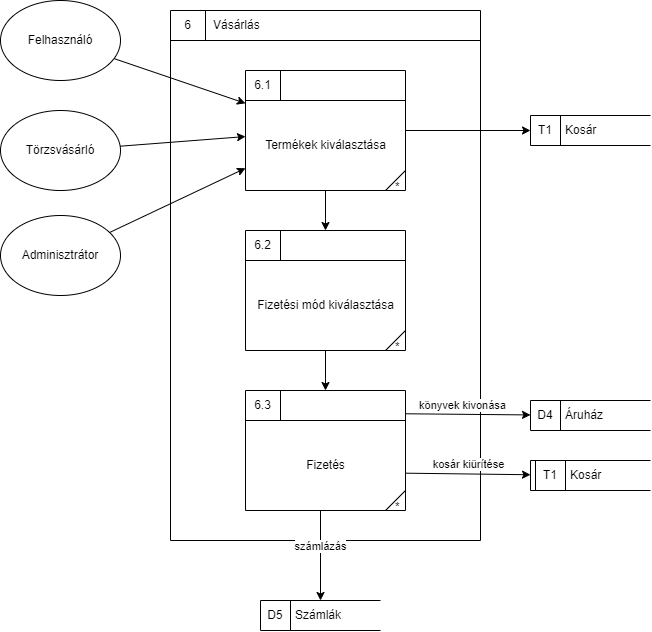
Above: docs/dfd/dfd_layer_2_purchase/dfd_layer_2_purchase.png in a-bakk/bookstore-oracle (draw.io), before the change. Source tidied: cells renumbered, new cells last; positions are measured from the earlier drawing's top-left corner, leaving out a move shared by most shapes. The source it was exported from:
```xml
<mxGraphModel>
  <root>
    <mxCell id="0" />
    <mxCell id="1" parent="0" />
    <mxCell id="2" style="html=1;dashed=0;whitespace=wrap;shape=mxgraph.dfd.process;align=center;spacingTop=30;" parent="1" vertex="1">
      <mxGeometry x="170" y="10" width="310" height="530" as="geometry" />
    </mxCell>
    <mxCell id="3" value="6" style="text;html=1;strokeColor=none;fillColor=none;align=center;verticalAlign=middle;whiteSpace=wrap;rounded=0;" parent="2" vertex="1">
      <mxGeometry width="35" height="30" as="geometry" />
    </mxCell>
    <mxCell id="4" value="Vásárlás" style="text;html=1;strokeColor=none;fillColor=none;align=left;verticalAlign=middle;whiteSpace=wrap;rounded=0;spacingLeft=6;" parent="2" vertex="1">
      <mxGeometry x="35" width="70" height="30" as="geometry" />
    </mxCell>
    <mxCell id="5" value="Felhasználó" style="ellipse;whiteSpace=wrap;html=1;" parent="2" vertex="1">
      <mxGeometry x="-170" y="-10" width="120" height="80" as="geometry" />
    </mxCell>
    <mxCell id="6" value="Törzsvásárló" style="ellipse;whiteSpace=wrap;html=1;" parent="2" vertex="1">
      <mxGeometry x="-170" y="100" width="120" height="80" as="geometry" />
    </mxCell>
    <mxCell id="7" value="Adminisztrátor" style="ellipse;whiteSpace=wrap;html=1;" parent="2" vertex="1">
      <mxGeometry x="-170" y="205" width="120" height="80" as="geometry" />
    </mxCell>
    <mxCell id="8" value="Termékek kiválasztása" style="html=1;dashed=0;whitespace=wrap;shape=mxgraph.dfd.process2;align=center;spacingTop=30;" parent="2" vertex="1">
      <mxGeometry x="75" y="60" width="160" height="120" as="geometry" />
    </mxCell>
    <mxCell id="9" value="6.1" style="text;html=1;strokeColor=none;fillColor=none;align=center;verticalAlign=middle;whiteSpace=wrap;rounded=0;" parent="8" vertex="1">
      <mxGeometry width="35" height="30" as="geometry" />
    </mxCell>
    <mxCell id="10" style="text;strokeColor=none;fillColor=none;align=left;verticalAlign=middle;whiteSpace=wrap;rounded=0;spacingLeft=6;fontStyle=0;html=1;" parent="8" vertex="1">
      <mxGeometry x="35" y="-5" width="50" height="40" as="geometry" />
    </mxCell>
    <mxCell id="11" style="endArrow=classic;html=1;rounded=0;verticalAlign=bottom;" parent="2" edge="1" source="7" target="8">
      <mxGeometry relative="1" as="geometry" />
    </mxCell>
    <mxCell id="12" style="endArrow=classic;html=1;rounded=0;verticalAlign=bottom;" parent="2" edge="1" source="6" target="8">
      <mxGeometry x="-0.13" y="18" relative="1" as="geometry" />
    </mxCell>
    <mxCell id="13" style="endArrow=classic;html=1;rounded=0;verticalAlign=bottom;" parent="2" edge="1" source="5" target="8">
      <mxGeometry relative="1" as="geometry" />
    </mxCell>
    <mxCell id="14" value="Fizetési mód kiválasztása" style="html=1;dashed=0;whitespace=wrap;shape=mxgraph.dfd.process2;align=center;spacingTop=30;" parent="1" vertex="1">
      <mxGeometry x="245" y="230" width="160" height="120" as="geometry" />
    </mxCell>
    <mxCell id="15" value="6.2" style="text;html=1;strokeColor=none;fillColor=none;align=center;verticalAlign=middle;whiteSpace=wrap;rounded=0;" parent="14" vertex="1">
      <mxGeometry width="35" height="30" as="geometry" />
    </mxCell>
    <mxCell id="16" style="text;strokeColor=none;fillColor=none;align=left;verticalAlign=middle;whiteSpace=wrap;rounded=0;spacingLeft=6;fontStyle=0;html=1;" parent="14" vertex="1">
      <mxGeometry x="35" y="-5" width="50" height="40" as="geometry" />
    </mxCell>
    <mxCell id="17" style="endArrow=classic;html=1;rounded=0;verticalAlign=bottom;" parent="1" edge="1" source="8" target="14">
      <mxGeometry x="-0.25" y="10" relative="1" as="geometry" />
    </mxCell>
    <mxCell id="18" value="Fizetés" style="html=1;dashed=0;whitespace=wrap;shape=mxgraph.dfd.process2;align=center;spacingTop=30;" parent="1" vertex="1">
      <mxGeometry x="245" y="390" width="160" height="120" as="geometry" />
    </mxCell>
    <mxCell id="19" value="6.3" style="text;html=1;strokeColor=none;fillColor=none;align=center;verticalAlign=middle;whiteSpace=wrap;rounded=0;" parent="18" vertex="1">
      <mxGeometry width="35" height="30" as="geometry" />
    </mxCell>
    <mxCell id="20" style="text;strokeColor=none;fillColor=none;align=left;verticalAlign=middle;whiteSpace=wrap;rounded=0;spacingLeft=6;fontStyle=0;html=1;" parent="18" vertex="1">
      <mxGeometry x="35" y="-5" width="50" height="40" as="geometry" />
    </mxCell>
    <mxCell id="21" style="endArrow=classic;html=1;rounded=0;verticalAlign=bottom;" parent="1" edge="1" source="14" target="18">
      <mxGeometry relative="1" as="geometry" />
    </mxCell>
    <mxCell id="22" value="Áruház" style="html=1;dashed=0;whitespace=wrap;shape=mxgraph.dfd.dataStoreID;align=left;spacingLeft=33;" parent="1" vertex="1">
      <mxGeometry x="530" y="400" width="120" height="30" as="geometry" />
    </mxCell>
    <mxCell id="23" value="D4" style="text;html=1;strokeColor=none;fillColor=none;align=center;verticalAlign=middle;whiteSpace=wrap;rounded=0;" parent="22" vertex="1">
      <mxGeometry width="30" height="30" as="geometry" />
    </mxCell>
    <mxCell id="24" value="könyvek kivonása" style="endArrow=classic;html=1;rounded=0;verticalAlign=bottom;exitX=1;exitY=0.194;exitDx=0;exitDy=0;exitPerimeter=0;" parent="1" edge="1" source="18" target="22">
      <mxGeometry x="-0.09" relative="1" as="geometry" />
    </mxCell>
    <mxCell id="25" value="Számlák" style="html=1;dashed=0;whitespace=wrap;shape=mxgraph.dfd.dataStoreID;align=left;spacingLeft=33;" parent="1" vertex="1">
      <mxGeometry x="260" y="600" width="120" height="30" as="geometry" />
    </mxCell>
    <mxCell id="26" value="D5" style="text;html=1;strokeColor=none;fillColor=none;align=center;verticalAlign=middle;whiteSpace=wrap;rounded=0;" parent="25" vertex="1">
      <mxGeometry width="30" height="30" as="geometry" />
    </mxCell>
    <mxCell id="27" value="számlázás" style="endArrow=classic;html=1;rounded=0;verticalAlign=bottom;" parent="1" edge="1" target="25">
      <mxGeometry relative="1" as="geometry">
        <mxPoint x="320" y="510" as="sourcePoint" />
      </mxGeometry>
    </mxCell>
    <mxCell id="28" value="Kosár" style="html=1;dashed=0;whitespace=wrap;shape=mxgraph.dfd.dataStoreID2;align=left;spacingLeft=38;" parent="1" vertex="1">
      <mxGeometry x="530" y="460" width="120" height="30" as="geometry" />
    </mxCell>
    <mxCell id="29" value="T1" style="text;html=1;strokeColor=none;fillColor=none;align=center;verticalAlign=middle;whiteSpace=wrap;rounded=0;" parent="28" vertex="1">
      <mxGeometry x="5" width="30" height="30" as="geometry" />
    </mxCell>
    <mxCell id="30" value="kosár kiürítése" style="endArrow=classic;html=1;rounded=0;verticalAlign=bottom;exitX=1.001;exitY=0.689;exitDx=0;exitDy=0;exitPerimeter=0;" parent="1" edge="1" source="18" target="28">
      <mxGeometry relative="1" as="geometry" />
    </mxCell>
    <mxCell id="31" value="Kosár" style="html=1;dashed=0;whitespace=wrap;shape=mxgraph.dfd.dataStoreID;align=left;spacingLeft=33;" parent="1" vertex="1">
      <mxGeometry x="530" y="115" width="120" height="30" as="geometry" />
    </mxCell>
    <mxCell id="32" value="T1" style="text;html=1;strokeColor=none;fillColor=none;align=center;verticalAlign=middle;whiteSpace=wrap;rounded=0;" parent="31" vertex="1">
      <mxGeometry width="30" height="30" as="geometry" />
    </mxCell>
    <mxCell id="33" style="endArrow=classic;html=1;rounded=0;verticalAlign=bottom;" parent="1" edge="1" source="8" target="31">
      <mxGeometry relative="1" as="geometry" />
    </mxCell>
  </root>
</mxGraphModel>
```
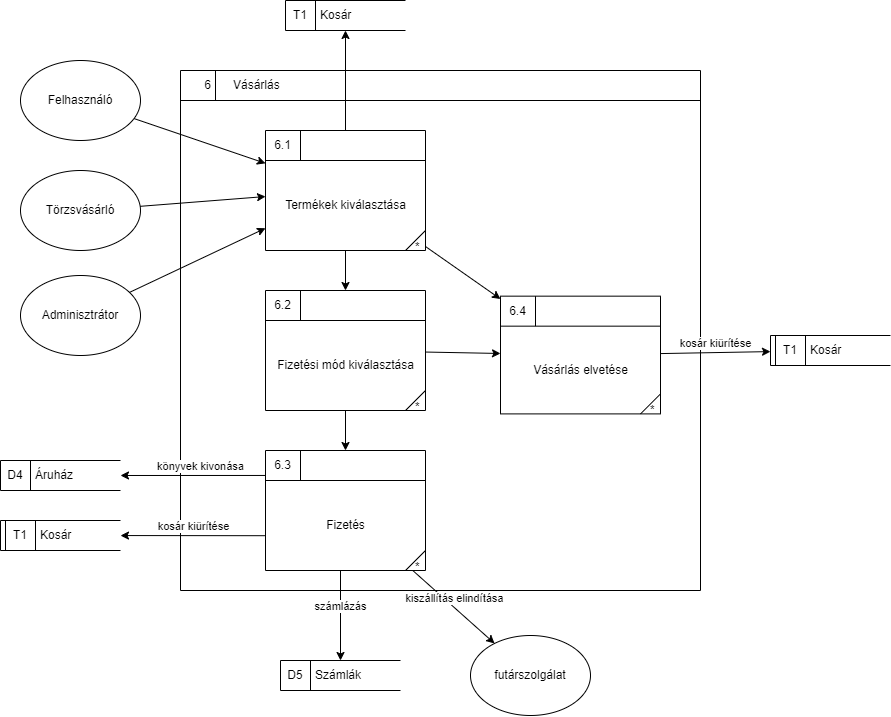
Above is the later version.

What changed in the source:
```diff
@@ -3,96 +3,105 @@
     <mxCell id="0" />
     <mxCell id="1" parent="0" />
     <mxCell id="2" style="html=1;dashed=0;whitespace=wrap;shape=mxgraph.dfd.process;align=center;spacingTop=30;" parent="1" vertex="1">
-      <mxGeometry x="170" y="10" width="310" height="530" as="geometry" />
+      <mxGeometry x="170" y="20" width="520" height="520" as="geometry" />
     </mxCell>
+    <mxCell id="34" value="Vásárlás elvetése" style="html=1;dashed=0;whitespace=wrap;shape=mxgraph.dfd.process2;align=center;spacingTop=30;" parent="2" vertex="1">
+      <mxGeometry x="320" y="225.7" width="160" height="117.7" as="geometry" />
+    </mxCell>
+    <mxCell id="35" value="6.4" style="text;html=1;strokeColor=none;fillColor=none;align=center;verticalAlign=middle;whiteSpace=wrap;rounded=0;" parent="34" vertex="1">
+      <mxGeometry width="35" height="30" as="geometry" />
+    </mxCell>
+    <mxCell id="36" style="text;strokeColor=none;fillColor=none;align=left;verticalAlign=middle;whiteSpace=wrap;rounded=0;spacingLeft=6;fontStyle=0;html=1;" parent="34" vertex="1">
+      <mxGeometry x="35" y="-5" width="50" height="40" as="geometry" />
+    </mxCell>
-    <mxCell id="3" value="6" style="text;html=1;strokeColor=none;fillColor=none;align=center;verticalAlign=middle;whiteSpace=wrap;rounded=0;" parent="2" vertex="1">
-      <mxGeometry width="35" height="30" as="geometry" />
+    <mxCell id="3" value="6" style="text;html=1;strokeColor=none;fillColor=none;align=center;verticalAlign=middle;whiteSpace=wrap;rounded=0;" parent="1" vertex="1">
+      <mxGeometry x="180" y="20" width="35" height="30" as="geometry" />
     </mxCell>
-    <mxCell id="4" value="Vásárlás" style="text;html=1;strokeColor=none;fillColor=none;align=left;verticalAlign=middle;whiteSpace=wrap;rounded=0;spacingLeft=6;" parent="2" vertex="1">
-      <mxGeometry x="35" width="70" height="30" as="geometry" />
+    <mxCell id="4" value="Vásárlás" style="text;html=1;strokeColor=none;fillColor=none;align=left;verticalAlign=middle;whiteSpace=wrap;rounded=0;spacingLeft=6;" parent="1" vertex="1">
+      <mxGeometry x="215" y="20" width="70" height="30" as="geometry" />
     </mxCell>
-    <mxCell id="5" value="Felhasználó" style="ellipse;whiteSpace=wrap;html=1;" parent="2" vertex="1">
-      <mxGeometry x="-170" y="-10" width="120" height="80" as="geometry" />
+    <mxCell id="5" value="Felhasználó" style="ellipse;whiteSpace=wrap;html=1;" parent="1" vertex="1">
+      <mxGeometry x="10" y="10" width="120" height="80" as="geometry" />
     </mxCell>
-    <mxCell id="6" value="Törzsvásárló" style="ellipse;whiteSpace=wrap;html=1;" parent="2" vertex="1">
-      <mxGeometry x="-170" y="100" width="120" height="80" as="geometry" />
+    <mxCell id="6" value="Törzsvásárló" style="ellipse;whiteSpace=wrap;html=1;" parent="1" vertex="1">
+      <mxGeometry x="10" y="120" width="120" height="80" as="geometry" />
     </mxCell>
-    <mxCell id="7" value="Adminisztrátor" style="ellipse;whiteSpace=wrap;html=1;" parent="2" vertex="1">
-      <mxGeometry x="-170" y="205" width="120" height="80" as="geometry" />
+    <mxCell id="7" value="Adminisztrátor" style="ellipse;whiteSpace=wrap;html=1;" parent="1" vertex="1">
+      <mxGeometry x="10" y="225" width="120" height="80" as="geometry" />
     </mxCell>
-    <mxCell id="8" value="Termékek kiválasztása" style="html=1;dashed=0;whitespace=wrap;shape=mxgraph.dfd.process2;align=center;spacingTop=30;" parent="2" vertex="1">
-      <mxGeometry x="75" y="60" width="160" height="120" as="geometry" />
+    <mxCell id="8" value="Termékek kiválasztása" style="html=1;dashed=0;whitespace=wrap;shape=mxgraph.dfd.process2;align=center;spacingTop=30;" parent="1" vertex="1">
+      <mxGeometry x="255" y="80" width="160" height="120" as="geometry" />
     </mxCell>
     <mxCell id="9" value="6.1" style="text;html=1;strokeColor=none;fillColor=none;align=center;verticalAlign=middle;whiteSpace=wrap;rounded=0;" parent="8" vertex="1">
       <mxGeometry width="35" height="30" as="geometry" />
     </mxCell>
-    <mxCell id="10" style="text;strokeColor=none;fillColor=none;align=left;verticalAlign=middle;whiteSpace=wrap;rounded=0;spacingLeft=6;fontStyle=0;html=1;" parent="8" vertex="1">
-      <mxGeometry x="35" y="-5" width="50" height="40" as="geometry" />
-    </mxCell>
+    <mxCell id="37" style="text;strokeColor=none;fillColor=none;align=left;verticalAlign=middle;whiteSpace=wrap;rounded=0;spacingLeft=6;fontStyle=0;html=1;" parent="8" vertex="1">
+      <mxGeometry x="35" y="-5" width="50" height="40" as="geometry" />
+    </mxCell>
-    <mxCell id="11" style="endArrow=classic;html=1;rounded=0;verticalAlign=bottom;" parent="2" edge="1" source="7" target="8">
+    <mxCell id="11" style="endArrow=classic;html=1;rounded=0;verticalAlign=bottom;" parent="1" edge="1" source="7" target="8">
       <mxGeometry relative="1" as="geometry" />
     </mxCell>
-    <mxCell id="12" style="endArrow=classic;html=1;rounded=0;verticalAlign=bottom;" parent="2" edge="1" source="6" target="8">
+    <mxCell id="12" style="endArrow=classic;html=1;rounded=0;verticalAlign=bottom;" parent="1" edge="1" source="6" target="8">
       <mxGeometry x="-0.13" y="18" relative="1" as="geometry" />
     </mxCell>
-    <mxCell id="13" style="endArrow=classic;html=1;rounded=0;verticalAlign=bottom;" parent="2" edge="1" source="5" target="8">
+    <mxCell id="13" style="endArrow=classic;html=1;rounded=0;verticalAlign=bottom;" parent="1" edge="1" source="5" target="8">
       <mxGeometry relative="1" as="geometry" />
     </mxCell>
     <mxCell id="14" value="Fizetési mód kiválasztása" style="html=1;dashed=0;whitespace=wrap;shape=mxgraph.dfd.process2;align=center;spacingTop=30;" parent="1" vertex="1">
-      <mxGeometry x="245" y="230" width="160" height="120" as="geometry" />
+      <mxGeometry x="255" y="240" width="160" height="120" as="geometry" />
     </mxCell>
     <mxCell id="15" value="6.2" style="text;html=1;strokeColor=none;fillColor=none;align=center;verticalAlign=middle;whiteSpace=wrap;rounded=0;" parent="14" vertex="1">
       <mxGeometry width="35" height="30" as="geometry" />
     </mxCell>
-    <mxCell id="16" style="text;strokeColor=none;fillColor=none;align=left;verticalAlign=middle;whiteSpace=wrap;rounded=0;spacingLeft=6;fontStyle=0;html=1;" parent="14" vertex="1">
-      <mxGeometry x="35" y="-5" width="50" height="40" as="geometry" />
-    </mxCell>
+    <mxCell id="38" style="text;strokeColor=none;fillColor=none;align=left;verticalAlign=middle;whiteSpace=wrap;rounded=0;spacingLeft=6;fontStyle=0;html=1;" parent="14" vertex="1">
+      <mxGeometry x="35" y="-5" width="50" height="40" as="geometry" />
+    </mxCell>
     <mxCell id="17" style="endArrow=classic;html=1;rounded=0;verticalAlign=bottom;" parent="1" edge="1" source="8" target="14">
       <mxGeometry x="-0.25" y="10" relative="1" as="geometry" />
     </mxCell>
     <mxCell id="18" value="Fizetés" style="html=1;dashed=0;whitespace=wrap;shape=mxgraph.dfd.process2;align=center;spacingTop=30;" parent="1" vertex="1">
-      <mxGeometry x="245" y="390" width="160" height="120" as="geometry" />
+      <mxGeometry x="255" y="400" width="160" height="120" as="geometry" />
     </mxCell>
     <mxCell id="19" value="6.3" style="text;html=1;strokeColor=none;fillColor=none;align=center;verticalAlign=middle;whiteSpace=wrap;rounded=0;" parent="18" vertex="1">
       <mxGeometry width="35" height="30" as="geometry" />
     </mxCell>
-    <mxCell id="20" style="text;strokeColor=none;fillColor=none;align=left;verticalAlign=middle;whiteSpace=wrap;rounded=0;spacingLeft=6;fontStyle=0;html=1;" parent="18" vertex="1">
-      <mxGeometry x="35" y="-5" width="50" height="40" as="geometry" />
-    </mxCell>
+    <mxCell id="39" style="text;strokeColor=none;fillColor=none;align=left;verticalAlign=middle;whiteSpace=wrap;rounded=0;spacingLeft=6;fontStyle=0;html=1;" parent="18" vertex="1">
+      <mxGeometry x="35" y="-5" width="50" height="40" as="geometry" />
+    </mxCell>
     <mxCell id="21" style="endArrow=classic;html=1;rounded=0;verticalAlign=bottom;" parent="1" edge="1" source="14" target="18">
       <mxGeometry relative="1" as="geometry" />
     </mxCell>
     <mxCell id="22" value="Áruház" style="html=1;dashed=0;whitespace=wrap;shape=mxgraph.dfd.dataStoreID;align=left;spacingLeft=33;" parent="1" vertex="1">
-      <mxGeometry x="530" y="400" width="120" height="30" as="geometry" />
+      <mxGeometry x="-10" y="410" width="120" height="30" as="geometry" />
     </mxCell>
     <mxCell id="23" value="D4" style="text;html=1;strokeColor=none;fillColor=none;align=center;verticalAlign=middle;whiteSpace=wrap;rounded=0;" parent="22" vertex="1">
       <mxGeometry width="30" height="30" as="geometry" />
     </mxCell>
-    <mxCell id="24" value="könyvek kivonása" style="endArrow=classic;html=1;rounded=0;verticalAlign=bottom;exitX=1;exitY=0.194;exitDx=0;exitDy=0;exitPerimeter=0;" parent="1" edge="1" source="18" target="22">
+    <mxCell id="24" value="könyvek kivonása" style="endArrow=classic;html=1;rounded=0;verticalAlign=bottom;exitX=0.003;exitY=0.208;exitDx=0;exitDy=0;exitPerimeter=0;" parent="1" edge="1" source="18" target="22">
       <mxGeometry x="-0.09" relative="1" as="geometry" />
     </mxCell>
     <mxCell id="25" value="Számlák" style="html=1;dashed=0;whitespace=wrap;shape=mxgraph.dfd.dataStoreID;align=left;spacingLeft=33;" parent="1" vertex="1">
-      <mxGeometry x="260" y="600" width="120" height="30" as="geometry" />
+      <mxGeometry x="270" y="610" width="120" height="30" as="geometry" />
     </mxCell>
     <mxCell id="26" value="D5" style="text;html=1;strokeColor=none;fillColor=none;align=center;verticalAlign=middle;whiteSpace=wrap;rounded=0;" parent="25" vertex="1">
       <mxGeometry width="30" height="30" as="geometry" />
     </mxCell>
     <mxCell id="27" value="számlázás" style="endArrow=classic;html=1;rounded=0;verticalAlign=bottom;" parent="1" edge="1" target="25">
       <mxGeometry relative="1" as="geometry">
-        <mxPoint x="320" y="510" as="sourcePoint" />
+        <mxPoint x="330" y="520" as="sourcePoint" />
       </mxGeometry>
     </mxCell>
-    <mxCell id="28" value="Kosár" style="html=1;dashed=0;whitespace=wrap;shape=mxgraph.dfd.dataStoreID2;align=left;spacingLeft=38;" parent="1" vertex="1">
-      <mxGeometry x="530" y="460" width="120" height="30" as="geometry" />
-    </mxCell>
-    <mxCell id="29" value="T1" style="text;html=1;strokeColor=none;fillColor=none;align=center;verticalAlign=middle;whiteSpace=wrap;rounded=0;" parent="28" vertex="1">
-      <mxGeometry x="5" width="30" height="30" as="geometry" />
-    </mxCell>
-    <mxCell id="30" value="kosár kiürítése" style="endArrow=classic;html=1;rounded=0;verticalAlign=bottom;exitX=1.001;exitY=0.689;exitDx=0;exitDy=0;exitPerimeter=0;" parent="1" edge="1" source="18" target="28">
-      <mxGeometry relative="1" as="geometry" />
-    </mxCell>
+    <mxCell id="40" value="Kosár" style="html=1;dashed=0;whitespace=wrap;shape=mxgraph.dfd.dataStoreID2;align=left;spacingLeft=38;" parent="1" vertex="1">
+      <mxGeometry x="-10" y="470" width="120" height="30" as="geometry" />
+    </mxCell>
+    <mxCell id="41" value="T1" style="text;html=1;strokeColor=none;fillColor=none;align=center;verticalAlign=middle;whiteSpace=wrap;rounded=0;" parent="40" vertex="1">
+      <mxGeometry x="5" width="30" height="30" as="geometry" />
+    </mxCell>
+    <mxCell id="42" value="kosár kiürítése" style="endArrow=classic;html=1;rounded=0;verticalAlign=bottom;exitX=-0.004;exitY=0.71;exitDx=0;exitDy=0;exitPerimeter=0;" parent="1" edge="1" source="18" target="40">
+      <mxGeometry relative="1" as="geometry" />
+    </mxCell>
     <mxCell id="31" value="Kosár" style="html=1;dashed=0;whitespace=wrap;shape=mxgraph.dfd.dataStoreID;align=left;spacingLeft=33;" parent="1" vertex="1">
-      <mxGeometry x="530" y="115" width="120" height="30" as="geometry" />
+      <mxGeometry x="275" y="-50" width="120" height="30" as="geometry" />
     </mxCell>
     <mxCell id="32" value="T1" style="text;html=1;strokeColor=none;fillColor=none;align=center;verticalAlign=middle;whiteSpace=wrap;rounded=0;" parent="31" vertex="1">
       <mxGeometry width="30" height="30" as="geometry" />
@@ -100,5 +109,26 @@
     <mxCell id="33" style="endArrow=classic;html=1;rounded=0;verticalAlign=bottom;" parent="1" edge="1" source="8" target="31">
       <mxGeometry relative="1" as="geometry" />
     </mxCell>
+    <mxCell id="43" style="endArrow=classic;html=1;rounded=0;verticalAlign=bottom;" parent="1" edge="1" source="8" target="34">
+      <mxGeometry relative="1" as="geometry" />
+    </mxCell>
+    <mxCell id="44" style="endArrow=classic;html=1;rounded=0;verticalAlign=bottom;" parent="1" edge="1" source="14" target="34">
+      <mxGeometry relative="1" as="geometry" />
+    </mxCell>
+    <mxCell id="45" value="Kosár" style="html=1;dashed=0;whitespace=wrap;shape=mxgraph.dfd.dataStoreID2;align=left;spacingLeft=38;" parent="1" vertex="1">
+      <mxGeometry x="760" y="285" width="120" height="30" as="geometry" />
+    </mxCell>
+    <mxCell id="46" value="T1" style="text;html=1;strokeColor=none;fillColor=none;align=center;verticalAlign=middle;whiteSpace=wrap;rounded=0;" parent="45" vertex="1">
+      <mxGeometry x="5" width="30" height="30" as="geometry" />
+    </mxCell>
+    <mxCell id="47" value="kosár kiürítése" style="endArrow=classic;html=1;rounded=0;verticalAlign=bottom;" parent="1" edge="1" source="34" target="45">
+      <mxGeometry relative="1" as="geometry" />
+    </mxCell>
+    <mxCell id="48" value="futárszolgálat" style="ellipse;whiteSpace=wrap;html=1;" parent="1" vertex="1">
+      <mxGeometry x="460" y="585" width="120" height="80" as="geometry" />
+    </mxCell>
+    <mxCell id="49" value="kiszállítás elindítása" style="endArrow=classic;html=1;rounded=0;verticalAlign=bottom;" parent="1" edge="1" source="18" target="48">
+      <mxGeometry relative="1" as="geometry" />
+    </mxCell>
   </root>
 </mxGraphModel>
```
